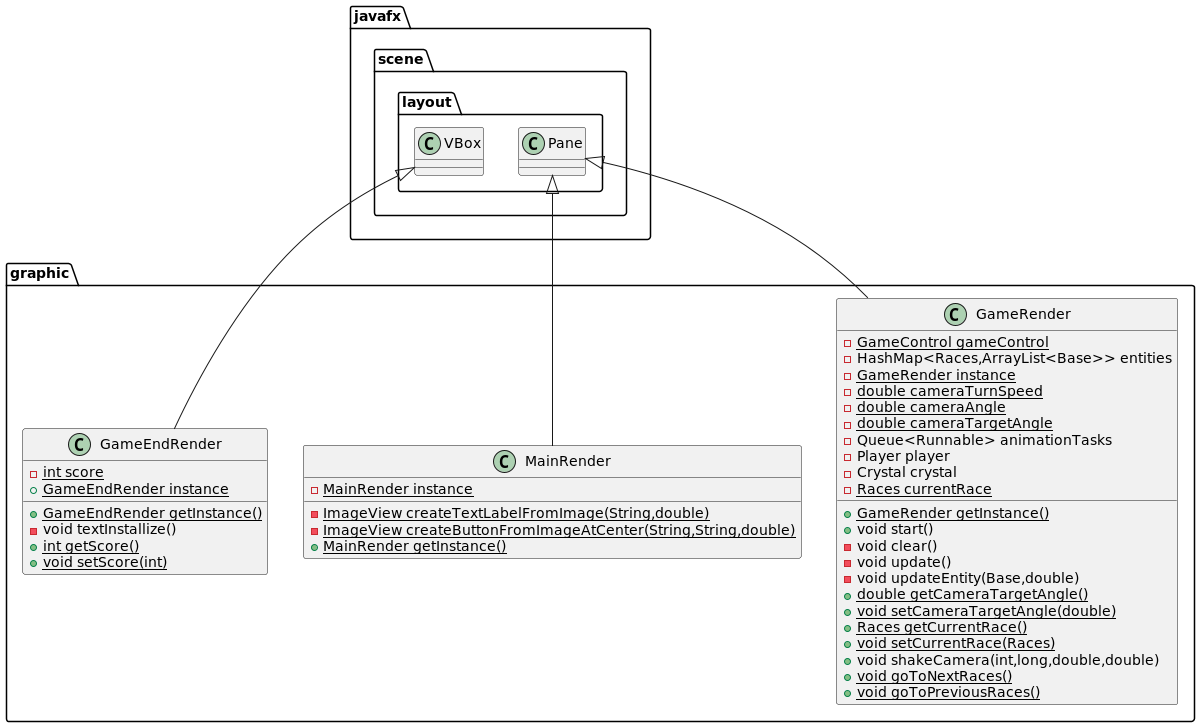
This is graphic.png from Auresol/progmeth-project, a PlantUML export, as it was before one commit.
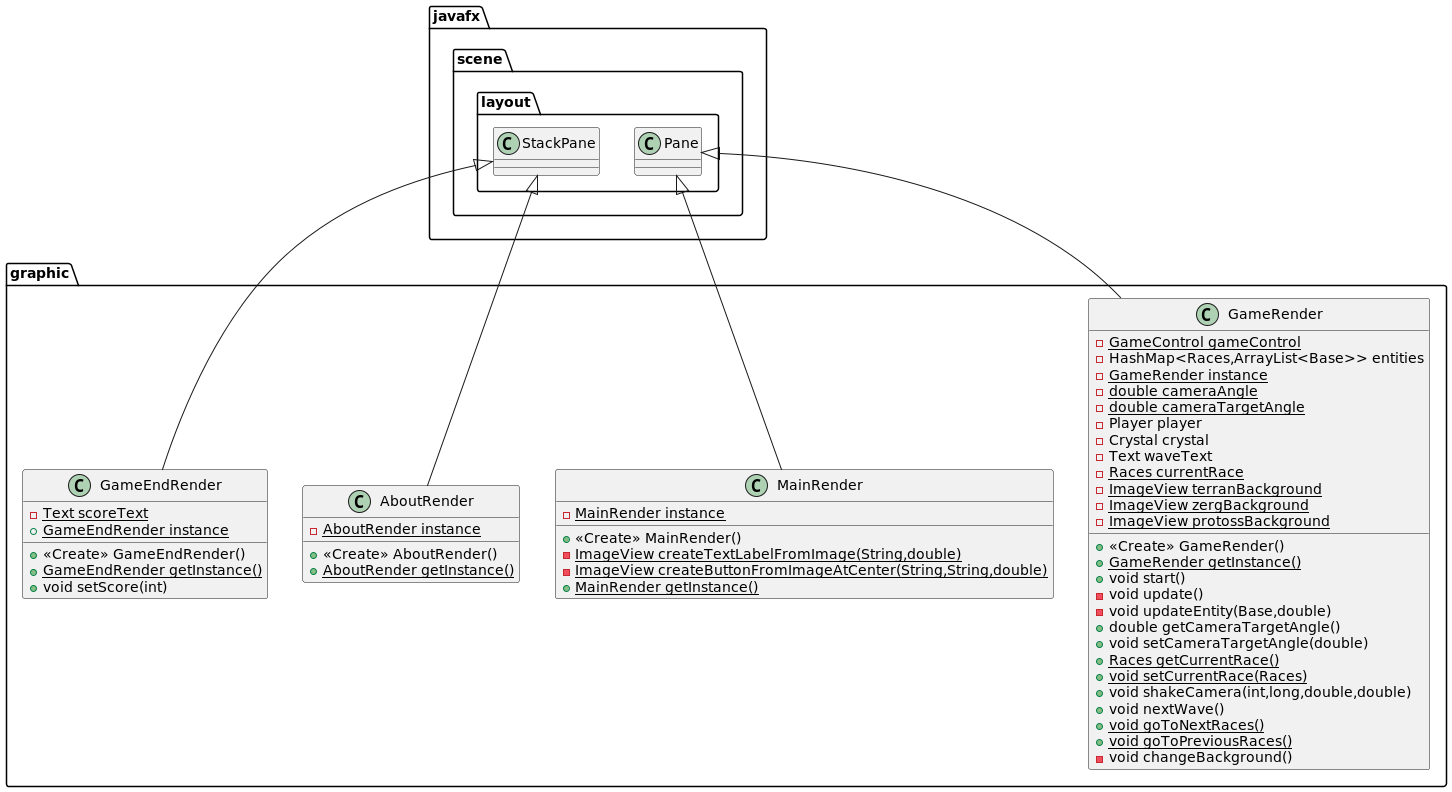
The same file after the commit.

Diff of the diagram source:
```diff
@@ -3,43 +3,54 @@
 - {static} GameControl gameControl
 - HashMap<Races,ArrayList<Base>> entities
 - {static} GameRender instance
-- {static} double cameraTurnSpeed
 - {static} double cameraAngle
 - {static} double cameraTargetAngle
-- Queue<Runnable> animationTasks
 - Player player
 - Crystal crystal
+- Text waveText
 - {static} Races currentRace
+- {static} ImageView terranBackground
+- {static} ImageView zergBackground
+- {static} ImageView protossBackground
++ <<Create>> GameRender()
 + {static} GameRender getInstance()
 + void start()
-- void clear()
 - void update()
 - void updateEntity(Base,double)
-+ {static} double getCameraTargetAngle()
-+ {static} void setCameraTargetAngle(double)
++ double getCameraTargetAngle()
++ void setCameraTargetAngle(double)
 + {static} Races getCurrentRace()
 + {static} void setCurrentRace(Races)
 + void shakeCamera(int,long,double,double)
++ void nextWave()
 + {static} void goToNextRaces()
 + {static} void goToPreviousRaces()
+- void changeBackground()
 }
 
 
 class graphic.MainRender {
 - {static} MainRender instance
++ <<Create>> MainRender()
 - {static} ImageView createTextLabelFromImage(String,double)
 - {static} ImageView createButtonFromImageAtCenter(String,String,double)
 + {static} MainRender getInstance()
 }
 
 
+class graphic.AboutRender {
+- {static} AboutRender instance
++ <<Create>> AboutRender()
++ {static} AboutRender getInstance()
+}
+
+
 class graphic.GameEndRender {
-- {static} int score
+- {static} Text scoreText
 + {static} GameEndRender instance
++ <<Create>> GameEndRender()
 + {static} GameEndRender getInstance()
-- void textInstallize()
-+ {static} int getScore()
-+ {static} void setScore(int)
++ void setScore(int)
 }
 
 
@@ -47,5 +58,6 @@
 
 javafx.scene.layout.Pane <|-- graphic.GameRender
 javafx.scene.layout.Pane <|-- graphic.MainRender
-javafx.scene.layout.VBox <|-- graphic.GameEndRender
+javafx.scene.layout.StackPane <|-- graphic.AboutRender
+javafx.scene.layout.StackPane <|-- graphic.GameEndRender
 @enduml
```
